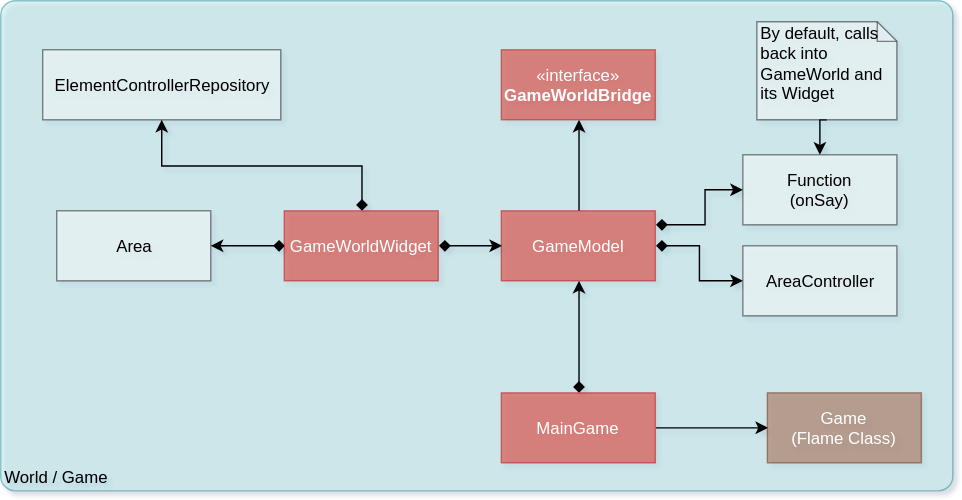
Earlier version of the draw.io export doc/KGRESS-Code - Game and World.svg (kevinvandenbreemen/kgress). Source tidied: cells renumbered, new cells last; positions are measured from the earlier drawing's top-left corner, leaving out a move shared by most shapes.
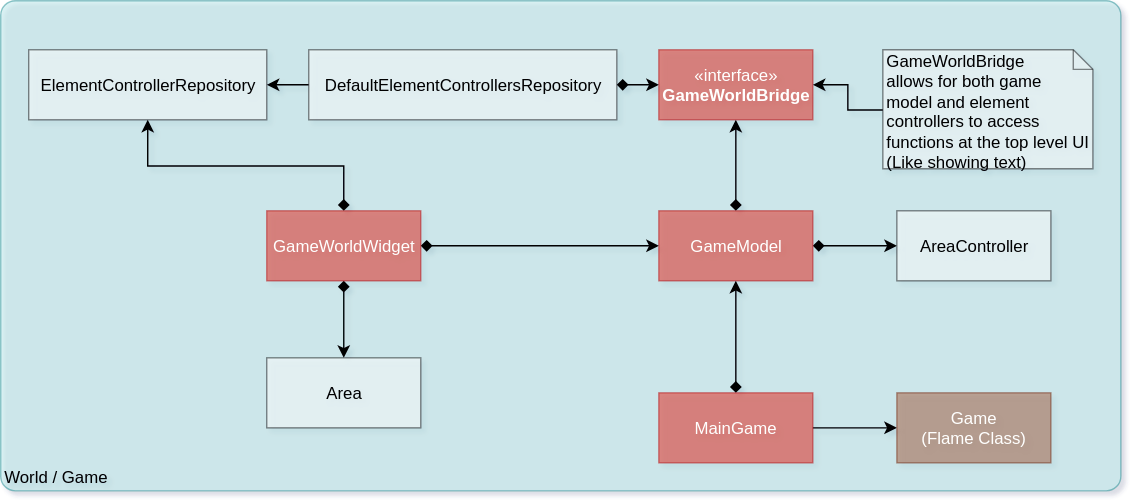
Above is the later version.

Change to the diagram source:
```diff
@@ -4,33 +4,21 @@
     <mxCell id="1" parent="0" />
     <object id="2" label="&lt;div style=&quot;text-align: left&quot;&gt;World / Game&lt;/div&gt;" c4Application="applicationAndVersion" c4Name="name" c4Type="ExecutionEnvironment" placeholders="1">
       <mxCell style="rounded=1;whiteSpace=wrap;html=1;labelBackgroundColor=none;fillColor=#b0e3e6;align=left;arcSize=3;strokeColor=#0e8088;verticalAlign=bottom;opacity=45;" parent="1" vertex="1">
-        <mxGeometry width="680" height="350" as="geometry" />
+        <mxGeometry width="800" height="350" as="geometry" />
       </mxCell>
     </object>
     <mxCell id="3" style="edgeStyle=orthogonalEdgeStyle;rounded=0;jettySize=auto;html=1;exitX=1;exitY=0.5;exitDx=0;exitDy=0;entryX=0;entryY=0.5;entryDx=0;entryDy=0;startArrow=diamond;startFill=1;" parent="1" edge="1" source="6" target="7">
       <mxGeometry relative="1" as="geometry" />
     </mxCell>
-    <mxCell id="4" style="edgeStyle=orthogonalEdgeStyle;rounded=0;jettySize=auto;html=1;entryX=0;entryY=0.5;entryDx=0;entryDy=0;startArrow=diamond;startFill=1;" parent="1" edge="1" target="8">
-      <mxGeometry relative="1" as="geometry">
-        <mxPoint x="468" y="160" as="sourcePoint" />
-        <Array as="points">
-          <mxPoint x="503" y="160" />
-          <mxPoint x="503" y="135" />
-        </Array>
-      </mxGeometry>
-    </mxCell>
-    <mxCell id="5" style="edgeStyle=orthogonalEdgeStyle;rounded=0;jettySize=auto;html=1;exitX=0.5;exitY=0;exitDx=0;exitDy=0;entryX=0.5;entryY=1;entryDx=0;entryDy=0;" parent="1" edge="1" source="6" target="21">
+    <mxCell id="5" style="edgeStyle=orthogonalEdgeStyle;rounded=0;jettySize=auto;html=1;exitX=0.5;exitY=0;exitDx=0;exitDy=0;entryX=0.5;entryY=1;entryDx=0;entryDy=0;startArrow=diamond;startFill=1;" parent="1" edge="1" source="6" target="21">
       <mxGeometry relative="1" as="geometry" />
     </mxCell>
     <mxCell id="6" value="GameModel" style="html=1;opacity=45;fillColor=#e51400;strokeColor=#B20000;fontColor=#ffffff;" parent="1" vertex="1">
-      <mxGeometry x="357.5" y="150" width="110" height="50" as="geometry" />
+      <mxGeometry x="470" y="150" width="110" height="50" as="geometry" />
     </mxCell>
     <mxCell id="7" value="AreaController" style="html=1;opacity=45;" parent="1" vertex="1">
-      <mxGeometry x="530" y="175" width="110" height="50" as="geometry" />
+      <mxGeometry x="640" y="150" width="110" height="50" as="geometry" />
     </mxCell>
-    <mxCell id="8" value="Function&lt;br&gt;(onSay)&lt;br&gt;" style="html=1;opacity=45;" parent="1" vertex="1">
-      <mxGeometry x="530" y="110" width="110" height="50" as="geometry" />
-    </mxCell>
     <mxCell id="9" style="edgeStyle=orthogonalEdgeStyle;rounded=0;jettySize=auto;html=1;exitX=1;exitY=0.5;exitDx=0;exitDy=0;entryX=0;entryY=0.5;entryDx=0;entryDy=0;" parent="1" edge="1" source="11" target="12">
       <mxGeometry relative="1" as="geometry" />
     </mxCell>
@@ -38,10 +26,10 @@
       <mxGeometry relative="1" as="geometry" />
     </mxCell>
     <mxCell id="11" value="MainGame" style="html=1;opacity=45;fillColor=#e51400;strokeColor=#B20000;fontColor=#ffffff;" parent="1" vertex="1">
-      <mxGeometry x="357.5" y="280" width="110" height="50" as="geometry" />
+      <mxGeometry x="470" y="280" width="110" height="50" as="geometry" />
     </mxCell>
     <mxCell id="12" value="Game&lt;br&gt;(Flame Class)&lt;br&gt;" style="html=1;opacity=45;fillColor=#a0522d;strokeColor=#6D1F00;fontColor=#ffffff;" parent="1" vertex="1">
-      <mxGeometry x="547.5" y="280" width="110" height="50" as="geometry" />
+      <mxGeometry x="640" y="280" width="110" height="50" as="geometry" />
     </mxCell>
     <mxCell id="13" style="edgeStyle=orthogonalEdgeStyle;rounded=0;jettySize=auto;html=1;exitX=1;exitY=0.5;exitDx=0;exitDy=0;entryX=0;entryY=0.5;entryDx=0;entryDy=0;startArrow=diamond;startFill=1;" parent="1" edge="1" source="16" target="6">
       <mxGeometry relative="1" as="geometry" />
@@ -49,26 +37,35 @@
     <mxCell id="14" style="edgeStyle=orthogonalEdgeStyle;rounded=0;jettySize=auto;html=1;exitX=0.5;exitY=0;exitDx=0;exitDy=0;entryX=0.5;entryY=1;entryDx=0;entryDy=0;startArrow=diamond;startFill=1;" parent="1" edge="1" source="16" target="17">
       <mxGeometry relative="1" as="geometry" />
     </mxCell>
-    <mxCell id="15" style="edgeStyle=orthogonalEdgeStyle;rounded=0;jettySize=auto;html=1;exitX=0;exitY=0.5;exitDx=0;exitDy=0;entryX=1;entryY=0.5;entryDx=0;entryDy=0;startArrow=diamond;startFill=1;" parent="1" edge="1" source="16" target="18">
+    <mxCell id="15" style="edgeStyle=orthogonalEdgeStyle;rounded=0;jettySize=auto;html=1;exitX=0.5;exitY=1;exitDx=0;exitDy=0;entryX=0.5;entryY=0;entryDx=0;entryDy=0;startArrow=diamond;startFill=1;" parent="1" edge="1" source="16" target="18">
       <mxGeometry relative="1" as="geometry" />
     </mxCell>
     <mxCell id="16" value="GameWorldWidget" style="html=1;opacity=45;fillColor=#e51400;strokeColor=#B20000;fontColor=#ffffff;" parent="1" vertex="1">
-      <mxGeometry x="202.5" y="150" width="110" height="50" as="geometry" />
+      <mxGeometry x="190" y="150" width="110" height="50" as="geometry" />
     </mxCell>
     <mxCell id="17" value="ElementControllerRepository" style="html=1;opacity=45;" parent="1" vertex="1">
-      <mxGeometry x="30" y="35" width="170" height="50" as="geometry" />
+      <mxGeometry x="20" y="35" width="170" height="50" as="geometry" />
     </mxCell>
     <mxCell id="18" value="Area" style="html=1;opacity=45;" parent="1" vertex="1">
-      <mxGeometry x="40" y="150" width="110" height="50" as="geometry" />
+      <mxGeometry x="190" y="255" width="110" height="50" as="geometry" />
     </mxCell>
-    <mxCell id="19" style="edgeStyle=orthogonalEdgeStyle;rounded=0;jettySize=auto;html=1;exitX=0.5;exitY=1;exitDx=0;exitDy=0;exitPerimeter=0;entryX=0.5;entryY=0;entryDx=0;entryDy=0;startArrow=none;startFill=0;" parent="1" edge="1" source="20" target="8">
-      <mxGeometry relative="1" as="geometry" />
-    </mxCell>
-    <mxCell id="20" value="By default, calls back into GameWorld and its Widget" style="shape=note;whiteSpace=wrap;html=1;size=14;verticalAlign=top;align=left;spacingTop=-6;opacity=45;" parent="1" vertex="1">
-      <mxGeometry x="540" y="15" width="100" height="70" as="geometry" />
-    </mxCell>
     <mxCell id="21" value="«interface»&lt;br&gt;&lt;b&gt;GameWorldBridge&lt;/b&gt;" style="html=1;fillColor=#e51400;strokeColor=#B20000;fontColor=#ffffff;opacity=45;" parent="1" vertex="1">
-      <mxGeometry x="357.5" y="35" width="110" height="50" as="geometry" />
+      <mxGeometry x="470" y="35" width="110" height="50" as="geometry" />
     </mxCell>
+    <mxCell id="22" style="edgeStyle=orthogonalEdgeStyle;rounded=0;jettySize=auto;html=1;exitX=0;exitY=0.5;exitDx=0;exitDy=0;entryX=1;entryY=0.5;entryDx=0;entryDy=0;startArrow=none;startFill=0;" parent="1" edge="1" source="24" target="17">
+      <mxGeometry relative="1" as="geometry" />
+    </mxCell>
+    <mxCell id="23" style="edgeStyle=orthogonalEdgeStyle;rounded=0;jettySize=auto;html=1;exitX=1;exitY=0.5;exitDx=0;exitDy=0;startArrow=diamond;startFill=1;" parent="1" edge="1" source="24" target="21">
+      <mxGeometry relative="1" as="geometry" />
+    </mxCell>
+    <mxCell id="24" value="DefaultElementControllersRepository" style="html=1;opacity=45;" parent="1" vertex="1">
+      <mxGeometry x="220" y="35" width="220" height="50" as="geometry" />
+    </mxCell>
+    <mxCell id="25" style="edgeStyle=orthogonalEdgeStyle;rounded=0;jettySize=auto;html=1;exitX=0;exitY=0.5;exitDx=0;exitDy=0;exitPerimeter=0;entryX=1;entryY=0.5;entryDx=0;entryDy=0;startArrow=none;startFill=0;" parent="1" edge="1" source="26" target="21">
+      <mxGeometry relative="1" as="geometry" />
+    </mxCell>
+    <mxCell id="26" value="GameWorldBridge&lt;br&gt;allows for both game model and element controllers to access functions at the top level UI (Like showing text)&lt;br&gt;" style="shape=note;whiteSpace=wrap;html=1;size=14;verticalAlign=top;align=left;spacingTop=-6;opacity=45;" parent="1" vertex="1">
+      <mxGeometry x="630" y="35" width="150" height="85" as="geometry" />
+    </mxCell>
   </root>
 </mxGraphModel>
```
